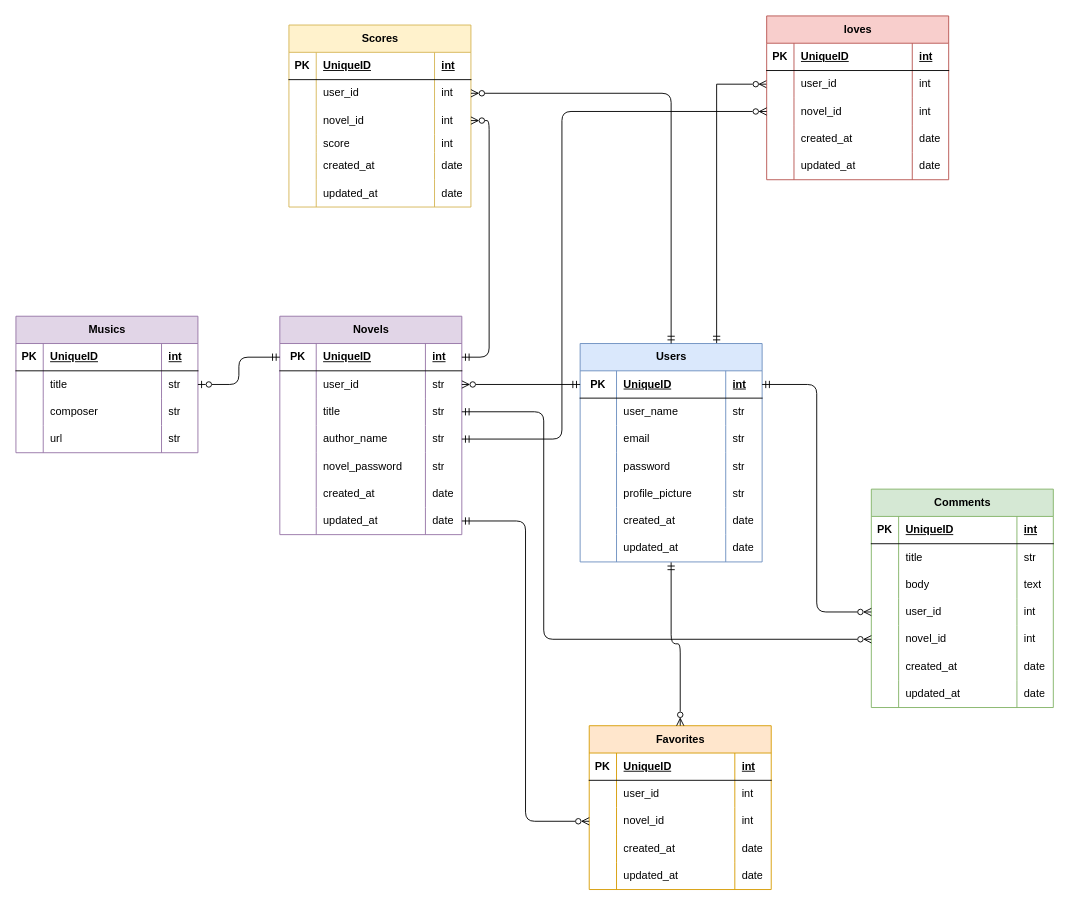
Above: page "ページ2" (1 of 2) of 最新版ER.drawio in SYSTEMA556/NOVEL (draw.io), before the change. Source tidied: cells renumbered, new cells numbered last; positions are measured from the earlier drawing's top-left corner, leaving out a move shared by most shapes. Both pictures are drawn from the tidied source at 91%, with x=0, y=0 at pixel (15, 15).
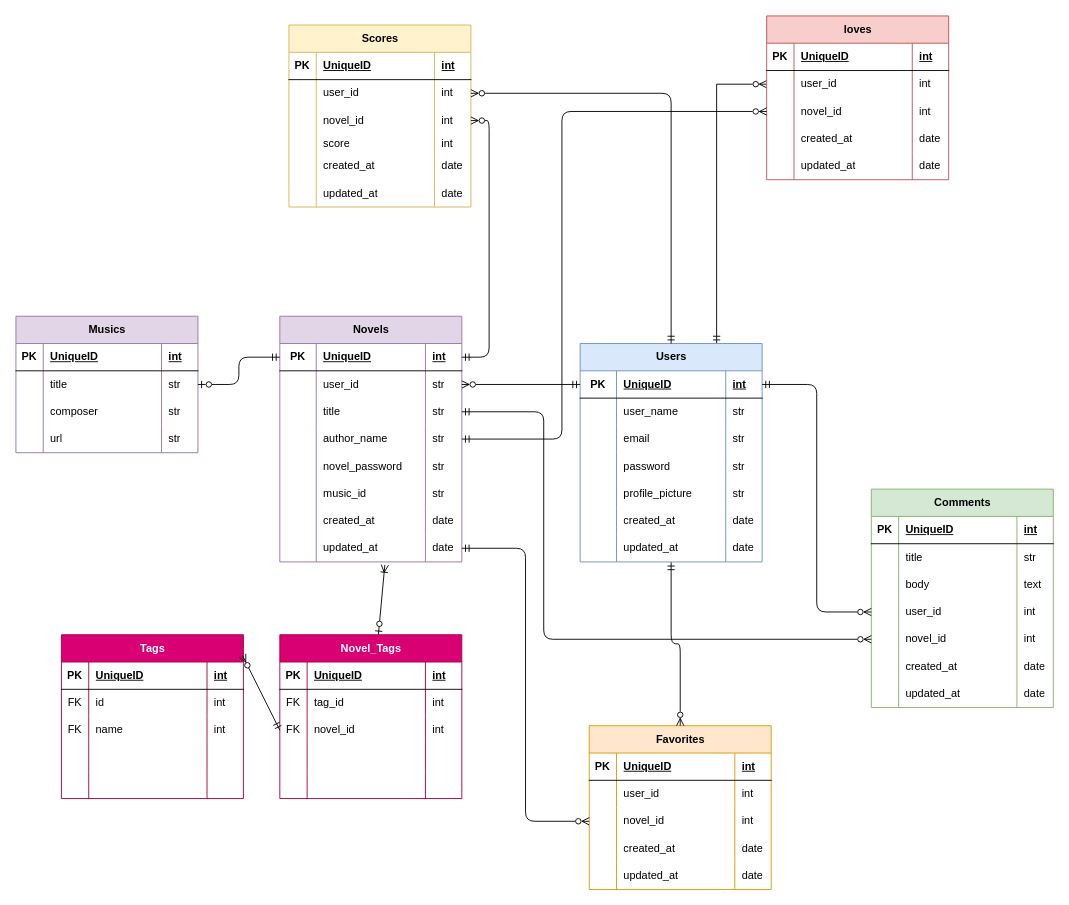
The same page after the edit.

Commit message:
最新版ER.drawio を更新します

Change to the diagram source:
```diff
@@
     <mxCell id="62" value="Novels" style="shape=table;startSize=30;childLayout=tableLayout;rowLines=0;fontStyle=1;align=center;html=1;fillColor=#e1d5e7;strokeColor=#9673a6;" parent="1" vertex="1">
-      <mxGeometry x="290" y="330" width="200" height="240" as="geometry" />
+      <mxGeometry x="290" y="330" width="200" height="270" as="geometry" />
     </mxCell>
@@
+    <mxCell id="183" style="shape=tableRow;horizontal=0;startSize=0;swimlaneHead=0;swimlaneBody=0;fillColor=none;top=0;left=0;right=0;bottom=0;" parent="62" vertex="1">
+      <mxGeometry y="180" width="200" height="30" as="geometry" />
+    </mxCell>
+    <mxCell id="184" style="shape=partialRectangle;fillColor=none;top=0;left=0;bottom=0;right=0;overflow=hidden;whiteSpace=wrap;html=1;" parent="183" vertex="1">
+      <mxGeometry width="40" height="30" as="geometry" />
+    </mxCell>
+    <mxCell id="185" value="music_id" style="shape=partialRectangle;fillColor=none;top=0;left=0;bottom=0;right=0;align=left;spacingLeft=6;overflow=hidden;whiteSpace=wrap;html=1;" parent="183" vertex="1">
+      <mxGeometry x="40" width="120" height="30" as="geometry" />
+    </mxCell>
+    <mxCell id="186" value="str" style="shape=partialRectangle;fillColor=none;top=0;left=0;bottom=0;right=0;align=left;spacingLeft=6;overflow=hidden;whiteSpace=wrap;html=1;" parent="183" vertex="1">
+      <mxGeometry x="160" width="40" height="30" as="geometry" />
+    </mxCell>
     <mxCell id="83" style="shape=tableRow;horizontal=0;startSize=0;swimlaneHead=0;swimlaneBody=0;fillColor=none;top=0;left=0;right=0;bottom=0;" parent="62" vertex="1">
-      <mxGeometry y="180" width="200" height="30" as="geometry" />
+      <mxGeometry y="210" width="200" height="30" as="geometry" />
     </mxCell>
@@
     <mxCell id="87" style="shape=tableRow;horizontal=0;startSize=0;swimlaneHead=0;swimlaneBody=0;fillColor=none;points=[[0,0.5],[1,0.5]];portConstraint=eastwest;top=0;left=0;right=0;bottom=0;" parent="62" vertex="1">
-      <mxGeometry y="210" width="200" height="30" as="geometry" />
+      <mxGeometry y="240" width="200" height="30" as="geometry" />
     </mxCell>
@@
+    <mxCell id="187" value="Novel_Tags" style="shape=table;startSize=30;childLayout=tableLayout;rowLines=0;fontStyle=1;align=center;html=1;fillColor=#d80073;strokeColor=#A50040;fontColor=#ffffff;" parent="1" vertex="1">
+      <mxGeometry x="290" y="680" width="200" height="180" as="geometry" />
+    </mxCell>
+    <mxCell id="188" style="shape=tableRow;horizontal=0;startSize=0;swimlaneHead=0;swimlaneBody=0;fillColor=none;top=0;left=0;right=0;bottom=1;" parent="187" vertex="1">
+      <mxGeometry y="30" width="200" height="30" as="geometry" />
+    </mxCell>
+    <mxCell id="189" value="PK" style="shape=partialRectangle;fillColor=none;top=0;left=0;bottom=0;right=0;fontStyle=1;overflow=hidden;whiteSpace=wrap;html=1;" parent="188" vertex="1">
+      <mxGeometry width="30" height="30" as="geometry" />
+    </mxCell>
+    <mxCell id="190" value="UniqueID" style="shape=partialRectangle;fillColor=none;top=0;left=0;bottom=0;right=0;align=left;spacingLeft=6;fontStyle=5;overflow=hidden;whiteSpace=wrap;html=1;" parent="188" vertex="1">
+      <mxGeometry x="30" width="130" height="30" as="geometry" />
+    </mxCell>
+    <mxCell id="191" value="int" style="shape=partialRectangle;fillColor=none;top=0;left=0;bottom=0;right=0;align=left;spacingLeft=6;fontStyle=5;overflow=hidden;whiteSpace=wrap;html=1;" parent="188" vertex="1">
+      <mxGeometry x="160" width="40" height="30" as="geometry" />
+    </mxCell>
+    <mxCell id="192" style="shape=tableRow;horizontal=0;startSize=0;swimlaneHead=0;swimlaneBody=0;fillColor=none;top=0;left=0;right=0;bottom=0;" parent="187" vertex="1">
+      <mxGeometry y="60" width="200" height="30" as="geometry" />
+    </mxCell>
+    <mxCell id="193" value="FK" style="shape=partialRectangle;fillColor=none;top=0;left=0;bottom=0;right=0;overflow=hidden;whiteSpace=wrap;html=1;" parent="192" vertex="1">
+      <mxGeometry width="30" height="30" as="geometry" />
+    </mxCell>
+    <mxCell id="194" value="tag_id" style="shape=partialRectangle;fillColor=none;top=0;left=0;bottom=0;right=0;align=left;spacingLeft=6;overflow=hidden;whiteSpace=wrap;html=1;" parent="192" vertex="1">
+      <mxGeometry x="30" width="130" height="30" as="geometry" />
+    </mxCell>
+    <mxCell id="195" value="int" style="shape=partialRectangle;fillColor=none;top=0;left=0;bottom=0;right=0;align=left;spacingLeft=6;overflow=hidden;whiteSpace=wrap;html=1;" parent="192" vertex="1">
+      <mxGeometry x="160" width="40" height="30" as="geometry" />
+    </mxCell>
+    <mxCell id="196" style="shape=tableRow;horizontal=0;startSize=0;swimlaneHead=0;swimlaneBody=0;fillColor=none;points=[[0,0.5],[1,0.5]];portConstraint=eastwest;top=0;left=0;right=0;bottom=0;" parent="187" vertex="1">
+      <mxGeometry y="90" width="200" height="30" as="geometry" />
+    </mxCell>
+    <mxCell id="197" value="FK" style="shape=partialRectangle;fillColor=none;top=0;left=0;bottom=0;right=0;overflow=hidden;whiteSpace=wrap;html=1;" parent="196" vertex="1">
+      <mxGeometry width="30" height="30" as="geometry" />
+    </mxCell>
+    <mxCell id="198" value="novel_id" style="shape=partialRectangle;fillColor=none;top=0;left=0;bottom=0;right=0;align=left;spacingLeft=6;overflow=hidden;whiteSpace=wrap;html=1;" parent="196" vertex="1">
+      <mxGeometry x="30" width="130" height="30" as="geometry" />
+    </mxCell>
+    <mxCell id="199" value="int" style="shape=partialRectangle;fillColor=none;top=0;left=0;bottom=0;right=0;align=left;spacingLeft=6;overflow=hidden;whiteSpace=wrap;html=1;" parent="196" vertex="1">
+      <mxGeometry x="160" width="40" height="30" as="geometry" />
+    </mxCell>
+    <mxCell id="200" style="shape=tableRow;horizontal=0;startSize=0;swimlaneHead=0;swimlaneBody=0;fillColor=none;top=0;left=0;right=0;bottom=0;" parent="187" vertex="1">
+      <mxGeometry y="120" width="200" height="30" as="geometry" />
+    </mxCell>
+    <mxCell id="201" style="shape=partialRectangle;fillColor=none;top=0;left=0;bottom=0;right=0;overflow=hidden;whiteSpace=wrap;html=1;" parent="200" vertex="1">
+      <mxGeometry width="30" height="30" as="geometry" />
+    </mxCell>
+    <mxCell id="202" style="shape=partialRectangle;fillColor=none;top=0;left=0;bottom=0;right=0;align=left;spacingLeft=6;overflow=hidden;whiteSpace=wrap;html=1;" parent="200" vertex="1">
+      <mxGeometry x="30" width="130" height="30" as="geometry" />
+    </mxCell>
+    <mxCell id="203" style="shape=partialRectangle;fillColor=none;top=0;left=0;bottom=0;right=0;align=left;spacingLeft=6;overflow=hidden;whiteSpace=wrap;html=1;" parent="200" vertex="1">
+      <mxGeometry x="160" width="40" height="30" as="geometry" />
+    </mxCell>
+    <mxCell id="204" style="shape=tableRow;horizontal=0;startSize=0;swimlaneHead=0;swimlaneBody=0;fillColor=none;top=0;left=0;right=0;bottom=0;" parent="187" vertex="1">
+      <mxGeometry y="150" width="200" height="30" as="geometry" />
+    </mxCell>
+    <mxCell id="205" style="shape=partialRectangle;fillColor=none;top=0;left=0;bottom=0;right=0;overflow=hidden;whiteSpace=wrap;html=1;" parent="204" vertex="1">
+      <mxGeometry width="30" height="30" as="geometry" />
+    </mxCell>
+    <mxCell id="206" style="shape=partialRectangle;fillColor=none;top=0;left=0;bottom=0;right=0;align=left;spacingLeft=6;overflow=hidden;whiteSpace=wrap;html=1;" parent="204" vertex="1">
+      <mxGeometry x="30" width="130" height="30" as="geometry" />
+    </mxCell>
+    <mxCell id="207" style="shape=partialRectangle;fillColor=none;top=0;left=0;bottom=0;right=0;align=left;spacingLeft=6;overflow=hidden;whiteSpace=wrap;html=1;" parent="204" vertex="1">
+      <mxGeometry x="160" width="40" height="30" as="geometry" />
+    </mxCell>
+    <mxCell id="208" style="fontSize=12;html=1;endArrow=ERoneToMany;startArrow=ERzeroToOne;rounded=0;entryX=0.577;entryY=1.111;entryDx=0;entryDy=0;entryPerimeter=0;" parent="1" edge="1" source="187" target="87">
+      <mxGeometry relative="1" as="geometry" />
+    </mxCell>
+    <mxCell id="209" value="Tags" style="shape=table;startSize=30;childLayout=tableLayout;rowLines=0;fontStyle=1;align=center;html=1;fillColor=#d80073;strokeColor=#A50040;fontColor=#ffffff;" parent="1" vertex="1">
+      <mxGeometry x="50" y="680" width="200" height="180" as="geometry" />
+    </mxCell>
+    <mxCell id="210" style="shape=tableRow;horizontal=0;startSize=0;swimlaneHead=0;swimlaneBody=0;fillColor=none;top=0;left=0;right=0;bottom=1;" parent="209" vertex="1">
+      <mxGeometry y="30" width="200" height="30" as="geometry" />
+    </mxCell>
+    <mxCell id="211" value="PK" style="shape=partialRectangle;fillColor=none;top=0;left=0;bottom=0;right=0;fontStyle=1;overflow=hidden;whiteSpace=wrap;html=1;" parent="210" vertex="1">
+      <mxGeometry width="30" height="30" as="geometry" />
+    </mxCell>
+    <mxCell id="212" value="UniqueID" style="shape=partialRectangle;fillColor=none;top=0;left=0;bottom=0;right=0;align=left;spacingLeft=6;fontStyle=5;overflow=hidden;whiteSpace=wrap;html=1;" parent="210" vertex="1">
+      <mxGeometry x="30" width="130" height="30" as="geometry" />
+    </mxCell>
+    <mxCell id="213" value="int" style="shape=partialRectangle;fillColor=none;top=0;left=0;bottom=0;right=0;align=left;spacingLeft=6;fontStyle=5;overflow=hidden;whiteSpace=wrap;html=1;" parent="210" vertex="1">
+      <mxGeometry x="160" width="40" height="30" as="geometry" />
+    </mxCell>
+    <mxCell id="214" style="shape=tableRow;horizontal=0;startSize=0;swimlaneHead=0;swimlaneBody=0;fillColor=none;top=0;left=0;right=0;bottom=0;" parent="209" vertex="1">
+      <mxGeometry y="60" width="200" height="30" as="geometry" />
+    </mxCell>
+    <mxCell id="215" value="FK" style="shape=partialRectangle;fillColor=none;top=0;left=0;bottom=0;right=0;overflow=hidden;whiteSpace=wrap;html=1;" parent="214" vertex="1">
+      <mxGeometry width="30" height="30" as="geometry" />
+    </mxCell>
+    <mxCell id="216" value="id" style="shape=partialRectangle;fillColor=none;top=0;left=0;bottom=0;right=0;align=left;spacingLeft=6;overflow=hidden;whiteSpace=wrap;html=1;" parent="214" vertex="1">
+      <mxGeometry x="30" width="130" height="30" as="geometry" />
+    </mxCell>
+    <mxCell id="217" value="int" style="shape=partialRectangle;fillColor=none;top=0;left=0;bottom=0;right=0;align=left;spacingLeft=6;overflow=hidden;whiteSpace=wrap;html=1;" parent="214" vertex="1">
+      <mxGeometry x="160" width="40" height="30" as="geometry" />
+    </mxCell>
+    <mxCell id="218" style="shape=tableRow;horizontal=0;startSize=0;swimlaneHead=0;swimlaneBody=0;fillColor=none;top=0;left=0;right=0;bottom=0;" parent="209" vertex="1">
+      <mxGeometry y="90" width="200" height="30" as="geometry" />
+    </mxCell>
+    <mxCell id="219" value="FK" style="shape=partialRectangle;fillColor=none;top=0;left=0;bottom=0;right=0;overflow=hidden;whiteSpace=wrap;html=1;" parent="218" vertex="1">
+      <mxGeometry width="30" height="30" as="geometry" />
+    </mxCell>
+    <mxCell id="220" value="name" style="shape=partialRectangle;fillColor=none;top=0;left=0;bottom=0;right=0;align=left;spacingLeft=6;overflow=hidden;whiteSpace=wrap;html=1;" parent="218" vertex="1">
+      <mxGeometry x="30" width="130" height="30" as="geometry" />
+    </mxCell>
+    <mxCell id="221" value="int" style="shape=partialRectangle;fillColor=none;top=0;left=0;bottom=0;right=0;align=left;spacingLeft=6;overflow=hidden;whiteSpace=wrap;html=1;" parent="218" vertex="1">
+      <mxGeometry x="160" width="40" height="30" as="geometry" />
+    </mxCell>
+    <mxCell id="222" style="shape=tableRow;horizontal=0;startSize=0;swimlaneHead=0;swimlaneBody=0;fillColor=none;top=0;left=0;right=0;bottom=0;" parent="209" vertex="1">
+      <mxGeometry y="120" width="200" height="30" as="geometry" />
+    </mxCell>
+    <mxCell id="223" style="shape=partialRectangle;fillColor=none;top=0;left=0;bottom=0;right=0;overflow=hidden;whiteSpace=wrap;html=1;" parent="222" vertex="1">
+      <mxGeometry width="30" height="30" as="geometry" />
+    </mxCell>
+    <mxCell id="224" style="shape=partialRectangle;fillColor=none;top=0;left=0;bottom=0;right=0;align=left;spacingLeft=6;overflow=hidden;whiteSpace=wrap;html=1;" parent="222" vertex="1">
+      <mxGeometry x="30" width="130" height="30" as="geometry" />
+    </mxCell>
+    <mxCell id="225" style="shape=partialRectangle;fillColor=none;top=0;left=0;bottom=0;right=0;align=left;spacingLeft=6;overflow=hidden;whiteSpace=wrap;html=1;" parent="222" vertex="1">
+      <mxGeometry x="160" width="40" height="30" as="geometry" />
+    </mxCell>
+    <mxCell id="226" style="shape=tableRow;horizontal=0;startSize=0;swimlaneHead=0;swimlaneBody=0;fillColor=none;top=0;left=0;right=0;bottom=0;" parent="209" vertex="1">
+      <mxGeometry y="150" width="200" height="30" as="geometry" />
+    </mxCell>
+    <mxCell id="227" style="shape=partialRectangle;fillColor=none;top=0;left=0;bottom=0;right=0;overflow=hidden;whiteSpace=wrap;html=1;" parent="226" vertex="1">
+      <mxGeometry width="30" height="30" as="geometry" />
+    </mxCell>
+    <mxCell id="228" style="shape=partialRectangle;fillColor=none;top=0;left=0;bottom=0;right=0;align=left;spacingLeft=6;overflow=hidden;whiteSpace=wrap;html=1;" parent="226" vertex="1">
+      <mxGeometry x="30" width="130" height="30" as="geometry" />
+    </mxCell>
+    <mxCell id="229" style="shape=partialRectangle;fillColor=none;top=0;left=0;bottom=0;right=0;align=left;spacingLeft=6;overflow=hidden;whiteSpace=wrap;html=1;" parent="226" vertex="1">
+      <mxGeometry x="160" width="40" height="30" as="geometry" />
+    </mxCell>
+    <mxCell id="230" style="fontSize=12;html=1;endArrow=ERzeroToMany;startArrow=ERmandOne;rounded=0;exitX=0;exitY=0.5;exitDx=0;exitDy=0;entryX=0.995;entryY=0.127;entryDx=0;entryDy=0;entryPerimeter=0;" parent="1" edge="1" source="196" target="209">
+      <mxGeometry relative="1" as="geometry" />
+    </mxCell>
```
